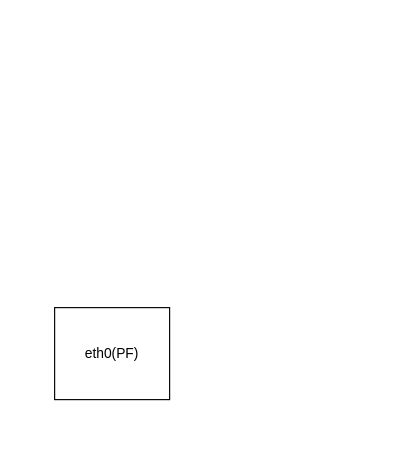
Earlier version of the draw.io diagram ovs_ct_nat.drawio (enzoyes/desginsindraw). Source tidied: cells renumbered, new cells numbered last; positions are measured from the earlier drawing's top-left corner, leaving out a move shared by most shapes. Both pictures are drawn from the tidied source at 115%, with x=0, y=0 at pixel (54, 307).
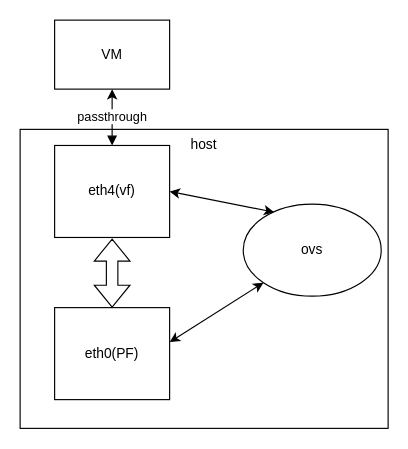
The same diagram, later.

What changed in the source:
```diff
@@
 <mxGraphModel>
   <root>
     <mxCell id="0" />
     <mxCell id="1" parent="0" />
+    <mxCell id="3" value="host" style="rounded=0;whiteSpace=wrap;html=1;verticalAlign=top;" parent="1" vertex="1">
+      <mxGeometry x="-30" y="-155" width="320" height="260" as="geometry" />
+    </mxCell>
     <mxCell id="2" value="eth0(PF)" style="rounded=0;whiteSpace=wrap;html=1;" parent="1" vertex="1">
       <mxGeometry width="100" height="80" as="geometry" />
     </mxCell>
+    <mxCell id="4" value="passthrough" style="edgeStyle=orthogonalEdgeStyle;rounded=0;jettySize=auto;html=1;entryX=0.5;entryY=1;entryDx=0;entryDy=0;startArrow=block;startFill=1;" parent="1" edge="1" source="5" target="7">
+      <mxGeometry relative="1" as="geometry" />
+    </mxCell>
+    <mxCell id="5" value="eth4(vf)" style="rounded=0;whiteSpace=wrap;html=1;" parent="1" vertex="1">
+      <mxGeometry y="-141" width="100" height="80" as="geometry" />
+    </mxCell>
+    <mxCell id="6" style="shape=flexArrow;endArrow=classic;startArrow=classic;html=1;rounded=0;" parent="1" edge="1" source="2">
+      <mxGeometry relative="1" as="geometry">
+        <mxPoint x="50" y="-60" as="targetPoint" />
+      </mxGeometry>
+    </mxCell>
+    <mxCell id="7" value="VM" style="rounded=0;whiteSpace=wrap;html=1;" parent="1" vertex="1">
+      <mxGeometry y="-250" width="100" height="60" as="geometry" />
+    </mxCell>
+    <mxCell id="8" value="ovs" style="ellipse;whiteSpace=wrap;html=1;" parent="1" vertex="1">
+      <mxGeometry x="164" y="-90" width="120" height="80" as="geometry" />
+    </mxCell>
+    <mxCell id="9" style="endArrow=classic;startArrow=classic;html=1;rounded=0;entryX=0;entryY=1;entryDx=0;entryDy=0;" parent="1" edge="1" target="8">
+      <mxGeometry relative="1" as="geometry">
+        <mxPoint x="100" y="30" as="sourcePoint" />
+      </mxGeometry>
+    </mxCell>
+    <mxCell id="10" style="endArrow=classic;startArrow=classic;html=1;rounded=0;entryX=0.225;entryY=0.088;entryDx=0;entryDy=0;exitX=1;exitY=0.5;exitDx=0;exitDy=0;entryPerimeter=0;" parent="1" edge="1" source="5" target="8">
+      <mxGeometry relative="1" as="geometry" />
+    </mxCell>
   </root>
 </mxGraphModel>
```
